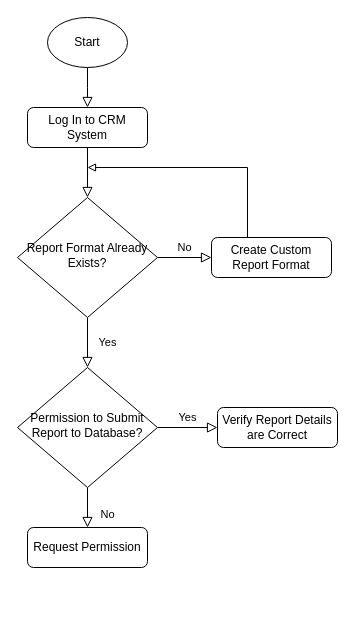
The draw.io diagram C188 Flowchart Diagram.drawio in smithevanb/smithevanb, before the edit. Source tidied: cells renumbered, new cells numbered last; positions are measured from the earlier drawing's top-left corner, leaving out a move shared by most shapes. Both pictures are drawn from the tidied source at 100%, with x=0, y=0 at pixel (17, 17).
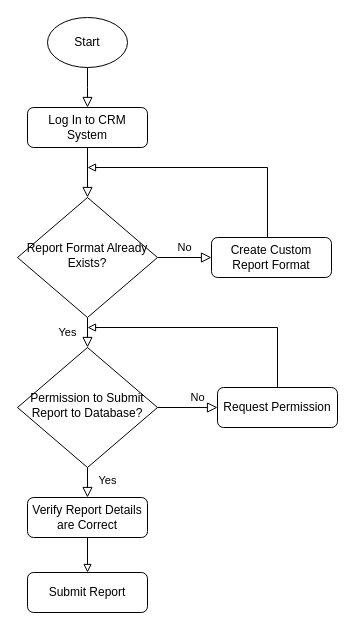
The same diagram, later.

Unchanged cells that the change refers to:
```xml
<mxCell id="7" value="Create Custom Report Format" style="rounded=1;whiteSpace=wrap;html=1;fontSize=12;glass=0;strokeWidth=1;shadow=0;" parent="1" vertex="1">
  <mxGeometry x="194" y="220" width="120" height="40" as="geometry" />
</mxCell>
```

Diff of the diagram source:
```diff
@@
-    <mxCell id="8" value="No" style="rounded=0;html=1;jettySize=auto;fontSize=11;endArrow=block;endFill=0;endSize=8;strokeWidth=1;shadow=0;labelBackgroundColor=none;edgeStyle=orthogonalEdgeStyle;" parent="1" edge="1" source="10" target="11">
+    <mxCell id="8" value="Yes" style="rounded=0;html=1;jettySize=auto;fontSize=11;endArrow=block;endFill=0;endSize=8;strokeWidth=1;shadow=0;labelBackgroundColor=none;edgeStyle=orthogonalEdgeStyle;" parent="1" edge="1" source="10" target="11">
       <mxGeometry x="0.33" y="20" relative="1" as="geometry" />
     </mxCell>
-    <mxCell id="9" value="Yes" style="edgeStyle=orthogonalEdgeStyle;rounded=0;html=1;jettySize=auto;fontSize=11;endArrow=block;endFill=0;endSize=8;strokeWidth=1;shadow=0;labelBackgroundColor=none;" parent="1" edge="1" source="10" target="12">
-      <mxGeometry y="10" relative="1" as="geometry" />
+    <mxCell id="9" value="No" style="edgeStyle=orthogonalEdgeStyle;rounded=0;html=1;jettySize=auto;fontSize=11;endArrow=block;endFill=0;endSize=8;strokeWidth=1;shadow=0;labelBackgroundColor=none;" parent="1" edge="1" source="10" target="12">
+      <mxGeometry x="0.33" y="10" relative="1" as="geometry" />
     </mxCell>
     <mxCell id="10" value="Permission to Submit Report to Database?" style="rhombus;whiteSpace=wrap;html=1;shadow=0;fontFamily=Helvetica;fontSize=12;align=center;strokeWidth=1;spacing=6;spacingTop=-4;" parent="1" vertex="1">
-      <mxGeometry y="350" width="140" height="120" as="geometry" />
+      <mxGeometry y="330" width="140" height="120" as="geometry" />
     </mxCell>
-    <mxCell id="11" value="Request Permission" style="rounded=1;whiteSpace=wrap;html=1;fontSize=12;glass=0;strokeWidth=1;shadow=0;" parent="1" vertex="1">
-      <mxGeometry x="10" y="510" width="120" height="40" as="geometry" />
+    <mxCell id="11" value="Verify Report Details are Correct" style="rounded=1;whiteSpace=wrap;html=1;fontSize=12;glass=0;strokeWidth=1;shadow=0;" parent="1" vertex="1">
+      <mxGeometry x="10" y="480" width="120" height="40" as="geometry" />
     </mxCell>
-    <mxCell id="12" value="Verify Report Details are Correct" style="rounded=1;whiteSpace=wrap;html=1;fontSize=12;glass=0;strokeWidth=1;shadow=0;" parent="1" vertex="1">
-      <mxGeometry x="200" y="390" width="120" height="40" as="geometry" />
+    <mxCell id="12" value="Request Permission" style="rounded=1;whiteSpace=wrap;html=1;fontSize=12;glass=0;strokeWidth=1;shadow=0;" parent="1" vertex="1">
+      <mxGeometry x="200" y="370" width="120" height="40" as="geometry" />
     </mxCell>
@@
     <mxCell id="15" style="endArrow=block;html=1;rounded=0;exitX=0.5;exitY=0;exitDx=0;exitDy=0;edgeStyle=orthogonalEdgeStyle;endFill=0;" parent="1" edge="1" source="7">
       <mxGeometry relative="1" as="geometry">
         <mxPoint x="70" y="150" as="targetPoint" />
         <Array as="points">
-          <mxPoint x="230" y="150" />
+          <mxPoint x="250" y="220" />
+          <mxPoint x="250" y="150" />
         </Array>
       </mxGeometry>
     </mxCell>
+    <mxCell id="16" value="Submit Report" style="rounded=1;whiteSpace=wrap;html=1;fontSize=12;glass=0;strokeWidth=1;shadow=0;" parent="1" vertex="1">
+      <mxGeometry x="10" y="555" width="120" height="40" as="geometry" />
+    </mxCell>
+    <mxCell id="17" style="endArrow=block;html=1;rounded=0;exitX=0.5;exitY=0;exitDx=0;exitDy=0;edgeStyle=orthogonalEdgeStyle;endFill=0;" parent="1" edge="1" source="12">
+      <mxGeometry relative="1" as="geometry">
+        <mxPoint x="70" y="310" as="targetPoint" />
+        <Array as="points">
+          <mxPoint x="260" y="310" />
+        </Array>
+      </mxGeometry>
+    </mxCell>
+    <mxCell id="18" style="endArrow=block;html=1;rounded=0;exitX=0.5;exitY=1;exitDx=0;exitDy=0;entryX=0.5;entryY=0;entryDx=0;entryDy=0;endFill=0;" parent="1" edge="1" source="11" target="16">
+      <mxGeometry relative="1" as="geometry" />
+    </mxCell>
```
